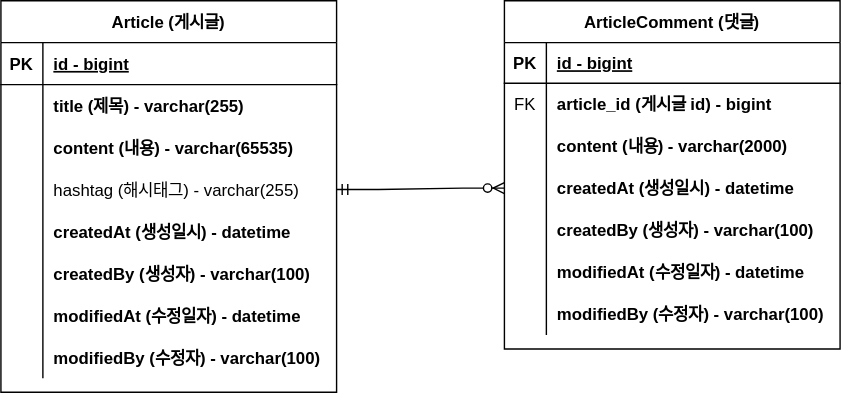
Above: doc/project-board-erd.svg in JadeKim042386/project-board (draw.io), before the change. Source tidied: cells renumbered, new cells last; positions are measured from the earlier drawing's top-left corner, leaving out a move shared by most shapes.
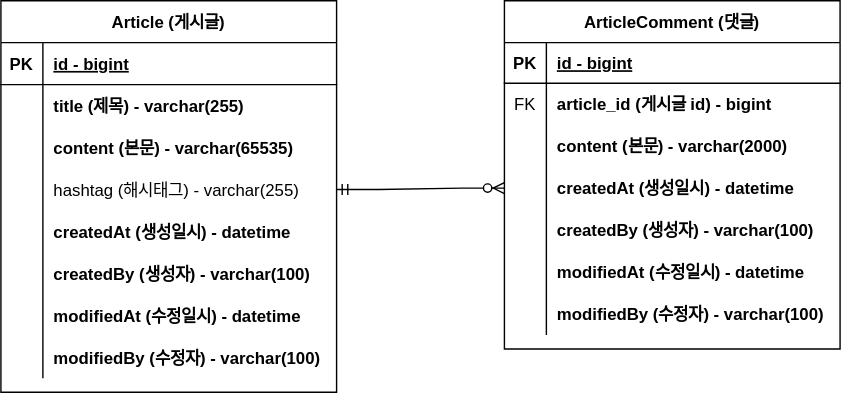
Later version of the same file.

Commit message:
doc: ERD 주석 업데이트 - project-board-erd.svg #8

Diff of the diagram source:
```diff
@@ -29,7 +29,7 @@
     <mxCell id="10" style="shape=partialRectangle;overflow=hidden;fillColor=none;top=0;left=0;bottom=0;right=0;" parent="9" vertex="1">
       <mxGeometry width="30" height="30" as="geometry" />
     </mxCell>
-    <mxCell id="11" value="content (내용) - varchar(65535)" style="shape=partialRectangle;overflow=hidden;fillColor=none;top=0;left=0;bottom=0;right=0;align=left;spacingLeft=6;fontStyle=1;" parent="9" vertex="1">
+    <mxCell id="11" value="content (본문) - varchar(65535)" style="shape=partialRectangle;overflow=hidden;fillColor=none;top=0;left=0;bottom=0;right=0;align=left;spacingLeft=6;fontStyle=1;" parent="9" vertex="1">
       <mxGeometry x="30" width="210" height="30" as="geometry" />
     </mxCell>
     <mxCell id="12" style="shape=partialRectangle;fillColor=none;points=[[0,0.5],[1,0.5]];portConstraint=eastwest;top=0;left=0;right=0;bottom=0;" parent="2" vertex="1">
@@ -65,7 +65,7 @@
     <mxCell id="22" style="shape=partialRectangle;overflow=hidden;fillColor=none;top=0;left=0;bottom=0;right=0;" parent="21" vertex="1">
       <mxGeometry width="30" height="30" as="geometry" />
     </mxCell>
-    <mxCell id="23" value="modifiedAt (수정일자) - datetime" style="shape=partialRectangle;overflow=hidden;fillColor=none;top=0;left=0;bottom=0;right=0;align=left;spacingLeft=6;fontStyle=1;" parent="21" vertex="1">
+    <mxCell id="23" value="modifiedAt (수정일시) - datetime" style="shape=partialRectangle;overflow=hidden;fillColor=none;top=0;left=0;bottom=0;right=0;align=left;spacingLeft=6;fontStyle=1;" parent="21" vertex="1">
       <mxGeometry x="30" width="210" height="30" as="geometry" />
     </mxCell>
     <mxCell id="24" style="shape=partialRectangle;fillColor=none;top=0;left=0;right=0;bottom=0;" parent="2" vertex="1">
@@ -104,7 +104,7 @@
     <mxCell id="35" style="shape=partialRectangle;overflow=hidden;fillColor=none;top=0;left=0;bottom=0;right=0;" parent="34" vertex="1">
       <mxGeometry width="30" height="30" as="geometry" />
     </mxCell>
-    <mxCell id="36" value="content (내용) - varchar(2000)" style="shape=partialRectangle;overflow=hidden;fillColor=none;top=0;left=0;bottom=0;right=0;align=left;spacingLeft=6;fontStyle=1;" parent="34" vertex="1">
+    <mxCell id="36" value="content (본문) - varchar(2000)" style="shape=partialRectangle;overflow=hidden;fillColor=none;top=0;left=0;bottom=0;right=0;align=left;spacingLeft=6;fontStyle=1;" parent="34" vertex="1">
       <mxGeometry x="30" width="210" height="30" as="geometry" />
     </mxCell>
     <mxCell id="37" style="shape=partialRectangle;fillColor=none;points=[[0,0.5],[1,0.5]];portConstraint=eastwest;top=0;left=0;right=0;bottom=0;" parent="27" vertex="1">
@@ -131,7 +131,7 @@
     <mxCell id="44" style="shape=partialRectangle;overflow=hidden;fillColor=none;top=0;left=0;bottom=0;right=0;" parent="43" vertex="1">
       <mxGeometry width="30" height="30" as="geometry" />
     </mxCell>
-    <mxCell id="45" value="modifiedAt (수정일자) - datetime" style="shape=partialRectangle;overflow=hidden;fillColor=none;top=0;left=0;bottom=0;right=0;align=left;spacingLeft=6;fontStyle=1;" parent="43" vertex="1">
+    <mxCell id="45" value="modifiedAt (수정일시) - datetime" style="shape=partialRectangle;overflow=hidden;fillColor=none;top=0;left=0;bottom=0;right=0;align=left;spacingLeft=6;fontStyle=1;" parent="43" vertex="1">
       <mxGeometry x="30" width="210" height="30" as="geometry" />
     </mxCell>
     <mxCell id="46" style="shape=partialRectangle;fillColor=none;top=0;left=0;right=0;bottom=0;" parent="27" vertex="1">
```
